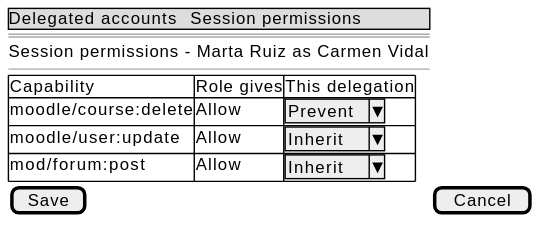
Above: docs/es/technical/requirements/use-cases/editSessionPermissions/wireframes.svg in didactika/moodle-local_delegateaccount (PlantUML), before the change.
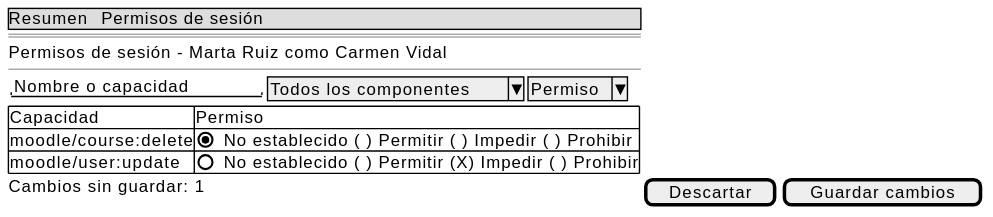
The same diagram one commit later.

The edit, as a diff of the source:
```diff
@@ -1,15 +1,15 @@
 @startsalt
 {
-  {* Delegated accounts | Session permissions }
+  {* Resumen | Permisos de sesión }
   ==
-  Session permissions - Marta Ruiz as Carmen Vidal
+  Permisos de sesión - Marta Ruiz como Carmen Vidal
   --
+  { "Nombre o capacidad    " | ^Todos los componentes^ | ^Permiso^ }
   {#
-    Capability | Role gives | This delegation
-    moodle/course:delete | Allow | ^Prevent^
-    moodle/user:update | Allow | ^Inherit^
-    mod/forum:post | Allow | ^Inherit^
+    Capacidad | Permiso
+    moodle/course:delete | (X) No establecido ( ) Permitir ( ) Impedir ( ) Prohibir
+    moodle/user:update | ( ) No establecido ( ) Permitir (X) Impedir ( ) Prohibir
   }
-  [ Save ] | [ Cancel ]
+  Cambios sin guardar: 1 | [ Descartar ] | [ Guardar cambios ]
 }
 @endsalt
```
